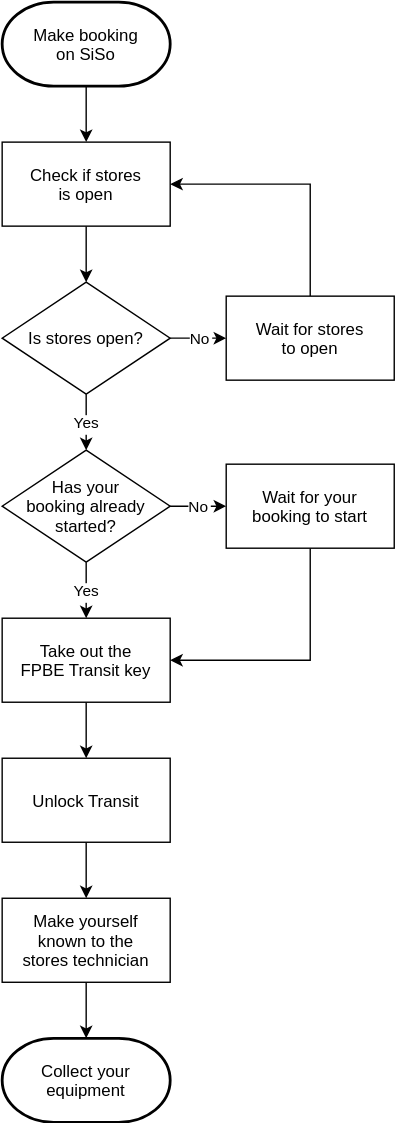
UoS-TV/VOI keeps this draw.io diagram as docs/bookings/equipment-collecting.drawio.svg. Above is the earlier version. Source tidied: cells renumbered, new cells last; positions are measured from the earlier drawing's top-left corner, leaving out a move shared by most shapes.
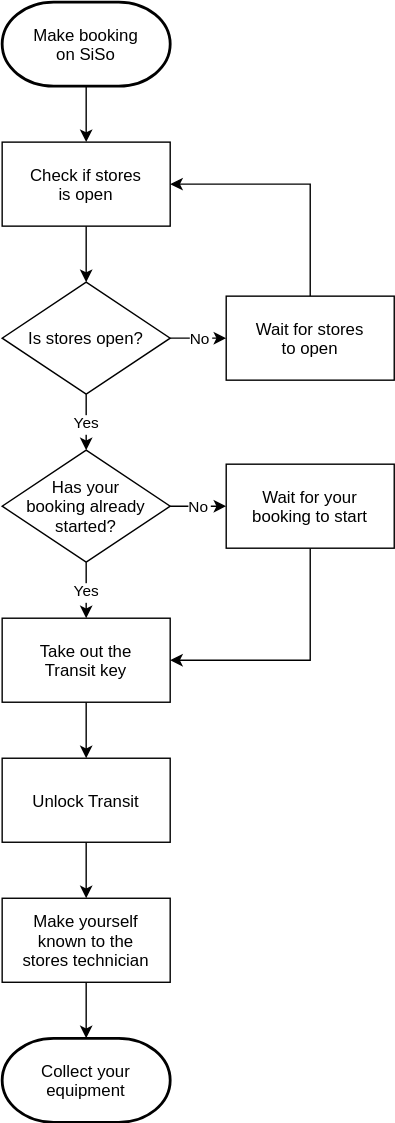
Later version of the same file.

Diff of the diagram source:
```diff
@@ -36,7 +36,7 @@
     <mxCell id="11" style="edgeStyle=orthogonalEdgeStyle;rounded=0;fontFamily=Helvetica;" parent="1" edge="1" source="12" target="14">
       <mxGeometry relative="1" as="geometry" />
     </mxCell>
-    <mxCell id="12" value="Take out the&#10;FPBE Transit key" style="fontFamily=Helvetica;" parent="1" vertex="1">
+    <mxCell id="12" value="Take out the&#10;Transit key" style="fontFamily=Helvetica;" parent="1" vertex="1">
       <mxGeometry y="440" width="120" height="60" as="geometry" />
     </mxCell>
     <mxCell id="13" style="edgeStyle=orthogonalEdgeStyle;rounded=0;fontFamily=Helvetica;" parent="1" edge="1" source="14" target="16">
```
